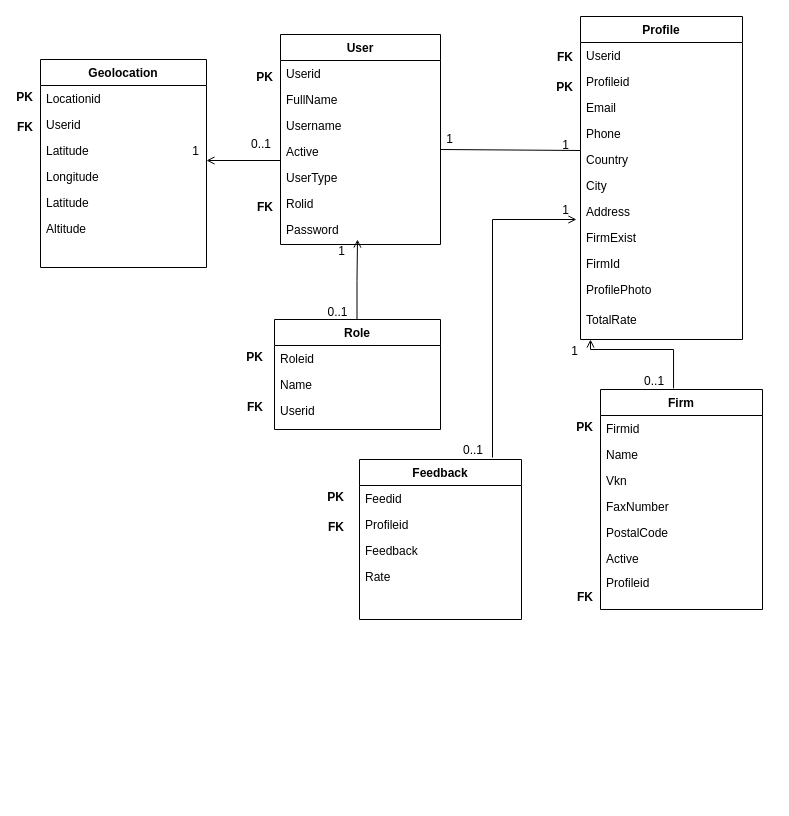
Before: Database Diagram.drawio in korkmazbanu/yaverData, a draw.io diagram. Source tidied: cells renumbered, new cells numbered last; positions are measured from the earlier drawing's top-left corner, leaving out a move shared by most shapes. Both pictures are drawn from the tidied source at 100%, with x=0, y=0 at pixel (40, 16).
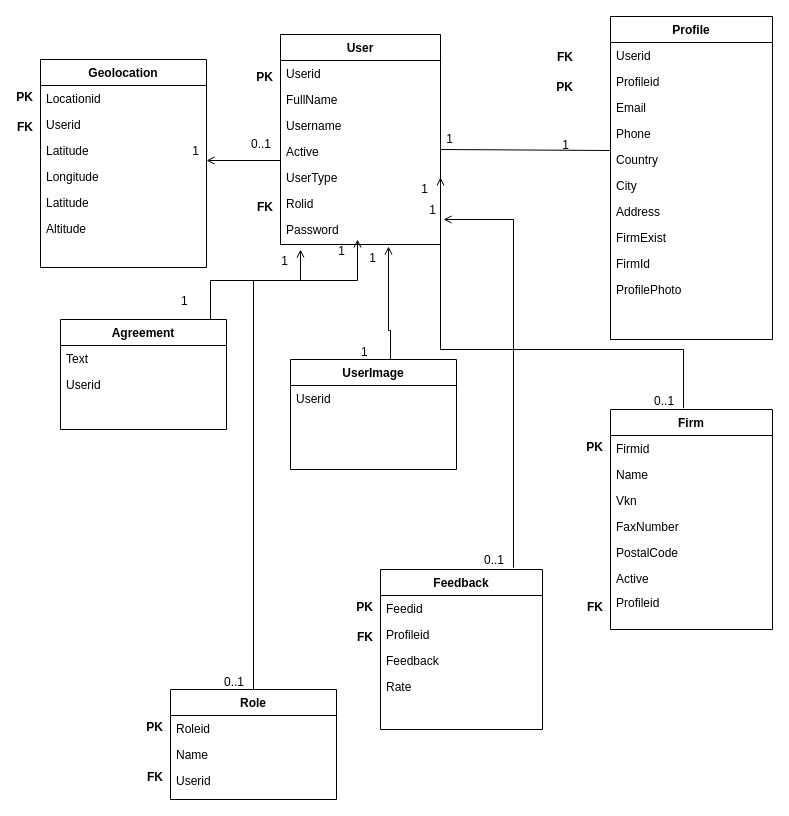
After the change.

The change refers to these unchanged cells:
```xml
<mxCell id="7" value="UserType" style="text;align=left;verticalAlign=top;spacingLeft=4;spacingRight=4;overflow=hidden;points=[[0,0.5],[1,0.5]];portConstraint=eastwest;rounded=0;shadow=0;html=0;" parent="2" vertex="1">
  <mxGeometry y="130" width="160" height="26" as="geometry" />
</mxCell>
<mxCell id="9" value="Password" style="text;align=left;verticalAlign=top;spacingLeft=4;spacingRight=4;overflow=hidden;points=[[0,0.5],[1,0.5]];portConstraint=eastwest;rounded=0;shadow=0;html=0;" parent="2" vertex="1">
  <mxGeometry y="182" width="160" height="26" as="geometry" />
</mxCell>
<mxCell id="29" value="Address" style="text;align=left;verticalAlign=top;spacingLeft=4;spacingRight=4;overflow=hidden;points=[[0,0.5],[1,0.5]];portConstraint=eastwest;" parent="22" vertex="1">
  <mxGeometry y="182" width="162" height="26" as="geometry" />
</mxCell>
```

Diff of the diagram source:
```diff
@@
     <mxCell id="10" value="Firm" style="swimlane;fontStyle=1;align=center;verticalAlign=top;horizontal=1;startSize=26;rounded=0;shadow=0;strokeWidth=1;" parent="1" vertex="1">
-      <mxGeometry x="560" y="373" width="162" height="220" as="geometry" />
+      <mxGeometry x="570" y="393" width="162" height="220" as="geometry" />
     </mxCell>
@@
     <mxCell id="18" value="Role" style="swimlane;fontStyle=1;align=center;verticalAlign=top;horizontal=1;startSize=26;rounded=0;shadow=0;strokeWidth=1;" parent="1" vertex="1">
-      <mxGeometry x="234" y="303" width="166" height="110" as="geometry" />
+      <mxGeometry x="130" y="673" width="166" height="110" as="geometry" />
     </mxCell>
@@
     <mxCell id="22" value="Profile" style="swimlane;fontStyle=1;align=center;verticalAlign=top;horizontal=1;startSize=26;rounded=0;shadow=0;strokeWidth=1;" parent="1" vertex="1">
-      <mxGeometry x="540" width="162" height="323" as="geometry" />
+      <mxGeometry x="570" width="162" height="323" as="geometry" />
     </mxCell>
@@
-    <mxCell id="33" value="TotalRate" style="text;align=left;verticalAlign=top;spacingLeft=4;spacingRight=4;overflow=hidden;" parent="22" vertex="1">
-      <mxGeometry y="290" width="162" height="20" as="geometry" />
-    </mxCell>
-    <mxCell id="34" style="endArrow=open;shadow=0;strokeWidth=1;rounded=0;endFill=1;edgeStyle=elbowEdgeStyle;elbow=vertical;exitX=0.451;exitY=-0.005;exitDx=0;exitDy=0;exitPerimeter=0;" parent="1" edge="1" source="10">
+    <mxCell id="34" style="endArrow=open;shadow=0;strokeWidth=1;rounded=0;endFill=1;edgeStyle=elbowEdgeStyle;elbow=vertical;exitX=0.451;exitY=-0.005;exitDx=0;exitDy=0;exitPerimeter=0;entryX=1;entryY=0.5;entryDx=0;entryDy=0;" parent="1" edge="1" source="10" target="7">
       <mxGeometry x="0.5" y="41" relative="1" as="geometry">
-        <mxPoint x="550" y="323" as="targetPoint" />
         <Array as="points">
           <mxPoint x="550" y="333" />
         </Array>
         <mxPoint x="-40" y="32" as="offset" />
       </mxGeometry>
     </mxCell>
@@
-    <mxCell id="40" style="endArrow=open;shadow=0;strokeWidth=1;rounded=0;endFill=1;edgeStyle=elbowEdgeStyle;elbow=vertical;" parent="1" edge="1">
+    <mxCell id="40" style="endArrow=open;shadow=0;strokeWidth=1;rounded=0;endFill=1;edgeStyle=elbowEdgeStyle;elbow=vertical;exitX=0.5;exitY=0;exitDx=0;exitDy=0;" parent="1" edge="1" source="18">
       <mxGeometry x="0.5" y="41" relative="1" as="geometry">
-        <mxPoint x="316.5" y="303" as="sourcePoint" />
         <mxPoint x="317" y="223" as="targetPoint" />
         <Array as="points">
           <mxPoint x="315" y="264" />
         </Array>
         <mxPoint x="-40" y="32" as="offset" />
       </mxGeometry>
     </mxCell>
@@
     <mxCell id="53" value="Feedback" style="swimlane;fontStyle=1;align=center;verticalAlign=top;horizontal=1;startSize=26;rounded=0;shadow=0;strokeWidth=1;" parent="1" vertex="1">
-      <mxGeometry x="319" y="443" width="162" height="160" as="geometry" />
+      <mxGeometry x="340" y="553" width="162" height="160" as="geometry" />
     </mxCell>
@@
     <mxCell id="61" value="PK" style="align=right;verticalAlign=bottom;labelBackgroundColor=none;fontSize=12;fontStyle=1;" parent="1" vertex="1">
-      <mxGeometry x="730" y="483" as="geometry">
+      <mxGeometry x="740" y="503" as="geometry">
         <mxPoint x="-176" y="-64" as="offset" />
       </mxGeometry>
     </mxCell>
     <mxCell id="62" value="PK" style="align=right;verticalAlign=bottom;labelBackgroundColor=none;fontSize=12;fontStyle=1;" parent="1" vertex="1">
-      <mxGeometry x="400" y="413" as="geometry">
+      <mxGeometry x="300" y="783" as="geometry">
         <mxPoint x="-176" y="-64" as="offset" />
       </mxGeometry>
     </mxCell>
     <mxCell id="63" value="PK" style="align=right;verticalAlign=bottom;labelBackgroundColor=none;fontSize=12;fontStyle=1;" parent="1" vertex="1">
-      <mxGeometry x="481" y="553" as="geometry">
+      <mxGeometry x="510" y="663" as="geometry">
         <mxPoint x="-176" y="-64" as="offset" />
       </mxGeometry>
     </mxCell>
@@
     <mxCell id="66" value="FK" style="align=right;verticalAlign=bottom;labelBackgroundColor=none;fontSize=12;fontStyle=1;" parent="1" vertex="1">
-      <mxGeometry x="481" y="583" as="geometry">
+      <mxGeometry x="510" y="693" as="geometry">
         <mxPoint x="-176" y="-64" as="offset" />
       </mxGeometry>
     </mxCell>
     <mxCell id="67" value="FK" style="align=right;verticalAlign=bottom;labelBackgroundColor=none;fontSize=12;fontStyle=1;" parent="1" vertex="1">
-      <mxGeometry x="730" y="653" as="geometry">
+      <mxGeometry x="740" y="663" as="geometry">
         <mxPoint x="-176" y="-64" as="offset" />
       </mxGeometry>
     </mxCell>
@@
     <mxCell id="69" value="FK" style="align=right;verticalAlign=bottom;labelBackgroundColor=none;fontSize=12;fontStyle=1;" parent="1" vertex="1">
-      <mxGeometry x="400" y="463" as="geometry">
+      <mxGeometry x="300" y="833" as="geometry">
         <mxPoint x="-176" y="-64" as="offset" />
       </mxGeometry>
     </mxCell>
-    <mxCell id="70" style="endArrow=open;shadow=0;strokeWidth=1;rounded=0;endFill=1;edgeStyle=elbowEdgeStyle;elbow=vertical;exitX=0.821;exitY=-0.012;exitDx=0;exitDy=0;exitPerimeter=0;entryX=-0.025;entryY=0.808;entryDx=0;entryDy=0;entryPerimeter=0;" parent="1" edge="1" source="53" target="29">
+    <mxCell id="70" style="endArrow=open;shadow=0;strokeWidth=1;rounded=0;endFill=1;edgeStyle=elbowEdgeStyle;elbow=vertical;exitX=0.821;exitY=-0.012;exitDx=0;exitDy=0;exitPerimeter=0;entryX=1.019;entryY=0.115;entryDx=0;entryDy=0;entryPerimeter=0;" parent="1" edge="1" source="53" target="9">
       <mxGeometry x="0.5" y="41" relative="1" as="geometry">
         <Array as="points">
           <mxPoint x="452" y="203" />
           <mxPoint x="480" y="203" />
           <mxPoint x="490" y="233" />
         </Array>
         <mxPoint x="-40" y="32" as="offset" />
       </mxGeometry>
     </mxCell>
@@
+    <mxCell id="73" value="Agreement" style="swimlane;fontStyle=1;align=center;verticalAlign=top;horizontal=1;startSize=26;rounded=0;shadow=0;strokeWidth=1;" parent="1" vertex="1">
+      <mxGeometry x="20" y="303" width="166" height="110" as="geometry" />
+    </mxCell>
+    <mxCell id="74" value="Text" style="text;align=left;verticalAlign=top;spacingLeft=4;spacingRight=4;overflow=hidden;" parent="73" vertex="1">
+      <mxGeometry y="26" width="166" height="26" as="geometry" />
+    </mxCell>
+    <mxCell id="75" value="Userid" style="text;align=left;verticalAlign=top;spacingLeft=4;spacingRight=4;overflow=hidden;" parent="73" vertex="1">
+      <mxGeometry y="52" width="166" height="26" as="geometry" />
+    </mxCell>
+    <mxCell id="76" style="endArrow=open;shadow=0;strokeWidth=1;rounded=0;endFill=1;edgeStyle=elbowEdgeStyle;elbow=vertical;entryX=0.125;entryY=1.269;entryDx=0;entryDy=0;entryPerimeter=0;" parent="1" edge="1" target="9">
+      <mxGeometry x="0.5" y="41" relative="1" as="geometry">
+        <mxPoint x="170" y="303" as="sourcePoint" />
+        <Array as="points">
+          <mxPoint x="168.5" y="264" />
+        </Array>
+        <mxPoint x="-40" y="32" as="offset" />
+      </mxGeometry>
+    </mxCell>
+    <mxCell id="77" value="1" style="align=left;verticalAlign=bottom;labelBackgroundColor=none;fontSize=12;" parent="76" vertex="1">
+      <mxGeometry x="-1" relative="1" as="geometry">
+        <mxPoint x="-31" y="-10" as="offset" />
+      </mxGeometry>
+    </mxCell>
+    <mxCell id="78" value="1" style="align=right;verticalAlign=bottom;labelBackgroundColor=none;fontSize=12;" parent="76" vertex="1">
+      <mxGeometry x="1" relative="1" as="geometry">
+        <mxPoint x="-11" y="20" as="offset" />
+      </mxGeometry>
+    </mxCell>
+    <mxCell id="79" value="UserImage" style="swimlane;fontStyle=1;align=center;verticalAlign=top;horizontal=1;startSize=26;rounded=0;shadow=0;strokeWidth=1;" parent="1" vertex="1">
+      <mxGeometry x="250" y="343" width="166" height="110" as="geometry" />
+    </mxCell>
+    <mxCell id="80" value="Userid" style="text;align=left;verticalAlign=top;spacingLeft=4;spacingRight=4;overflow=hidden;" parent="79" vertex="1">
+      <mxGeometry y="26" width="166" height="26" as="geometry" />
+    </mxCell>
+    <mxCell id="81" style="endArrow=open;shadow=0;strokeWidth=1;rounded=0;endFill=1;edgeStyle=elbowEdgeStyle;elbow=vertical;entryX=0.675;entryY=1.154;entryDx=0;entryDy=0;entryPerimeter=0;" parent="1" edge="1" target="9">
+      <mxGeometry x="0.5" y="41" relative="1" as="geometry">
+        <mxPoint x="350" y="343" as="sourcePoint" />
+        <Array as="points">
+          <mxPoint x="347.5" y="314" />
+        </Array>
+        <mxPoint x="-40" y="32" as="offset" />
+      </mxGeometry>
+    </mxCell>
+    <mxCell id="82" value="1" style="align=left;verticalAlign=bottom;labelBackgroundColor=none;fontSize=12;" parent="81" vertex="1">
+      <mxGeometry x="-1" relative="1" as="geometry">
+        <mxPoint x="-31" y="1" as="offset" />
+      </mxGeometry>
+    </mxCell>
+    <mxCell id="83" value="1" style="align=right;verticalAlign=bottom;labelBackgroundColor=none;fontSize=12;" parent="81" vertex="1">
+      <mxGeometry x="1" relative="1" as="geometry">
+        <mxPoint x="-11" y="20" as="offset" />
+      </mxGeometry>
+    </mxCell>
```
